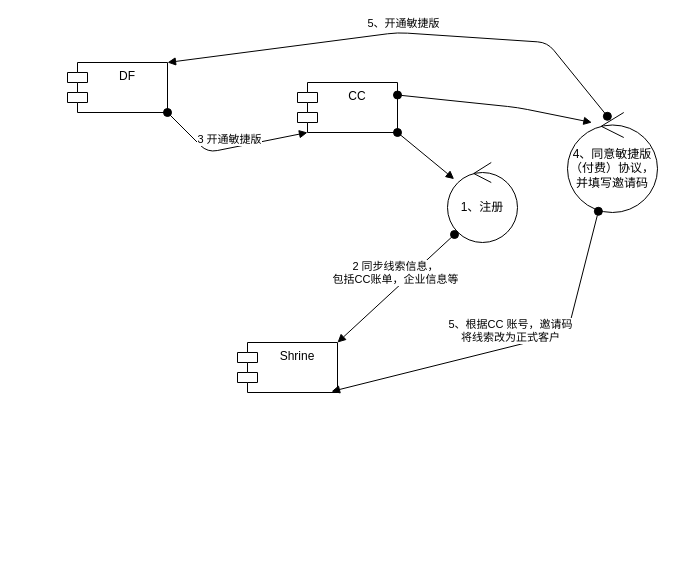
This is page "总体流程" (1 of 2) of shrine-doc/Untitled Diagram.drawio from easefulfil/CLOUDCARE, a draw.io file, before an edit. Source tidied: cells renumbered, new cells numbered last; positions are measured from the earlier drawing's top-left corner, leaving out a move shared by most shapes. Both pictures are drawn from the tidied source at 100%, with x=0, y=0 at pixel (67, 32).
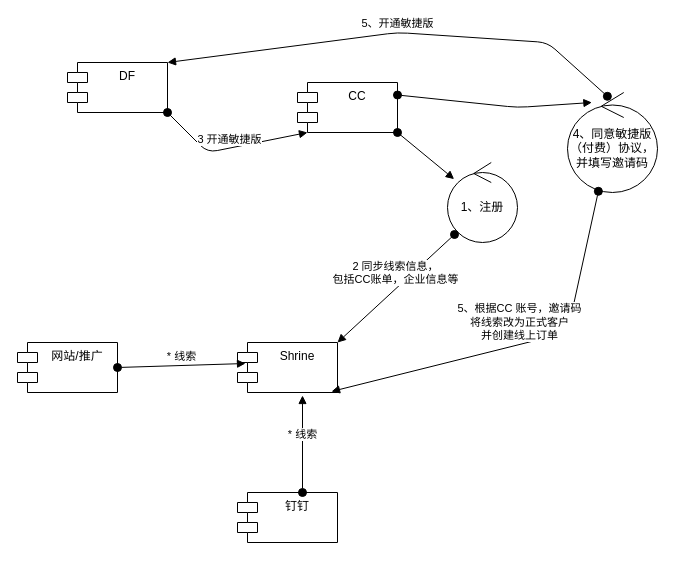
The same diagram, later.

Unchanged cells that the change refers to:
```xml
<mxCell id="4" value="Shrine&#10;" style="shape=module;align=left;spacingLeft=20;align=center;verticalAlign=top;" parent="1" vertex="1">
  <mxGeometry x="170" y="310" width="100" height="50" as="geometry" />
</mxCell>
```

Change to the diagram source:
```diff
@@
     <mxCell id="7" value="4、同意敏捷版（付费）协议，并填写邀请码" style="ellipse;shape=umlControl;whiteSpace=wrap;html=1;" parent="1" vertex="1">
-      <mxGeometry x="500" y="80" width="90" height="100" as="geometry" />
+      <mxGeometry x="500" y="60" width="90" height="100" as="geometry" />
     </mxCell>
@@
-    <mxCell id="9" value="5、根据CC 账号，邀请码&lt;br&gt;将线索改为正式客户" style="html=1;verticalAlign=bottom;startArrow=oval;startFill=1;endArrow=block;startSize=8;exitX=0.343;exitY=0.988;exitDx=0;exitDy=0;exitPerimeter=0;entryX=0.94;entryY=0.98;entryDx=0;entryDy=0;entryPerimeter=0;" parent="1" edge="1" source="7" target="4">
+    <mxCell id="9" value="5、根据CC 账号，邀请码&lt;br&gt;将线索改为正式客户&lt;br&gt;并创建线上订单" style="html=1;verticalAlign=bottom;startArrow=oval;startFill=1;endArrow=block;startSize=8;exitX=0.343;exitY=0.988;exitDx=0;exitDy=0;exitPerimeter=0;entryX=0.94;entryY=0.98;entryDx=0;entryDy=0;entryPerimeter=0;" parent="1" edge="1" source="7" target="4">
       <mxGeometry relative="1" as="geometry">
         <Array as="points">
           <mxPoint x="500" y="300" />
         </Array>
       </mxGeometry>
     </mxCell>
@@
+    <mxCell id="13" value="钉钉" style="shape=module;align=left;spacingLeft=20;align=center;verticalAlign=top;" parent="1" vertex="1">
+      <mxGeometry x="170" y="460" width="100" height="50" as="geometry" />
+    </mxCell>
+    <mxCell id="14" value="* 线索" style="html=1;verticalAlign=bottom;startArrow=oval;startFill=1;endArrow=block;startSize=8;entryX=0.65;entryY=1.06;entryDx=0;entryDy=0;entryPerimeter=0;exitX=0.65;exitY=0;exitDx=0;exitDy=0;exitPerimeter=0;" parent="1" edge="1" source="13" target="4">
+      <mxGeometry relative="1" as="geometry" />
+    </mxCell>
+    <mxCell id="15" value="网站/推广" style="shape=module;align=left;spacingLeft=20;align=center;verticalAlign=top;" parent="1" vertex="1">
+      <mxGeometry x="-50" y="310" width="100" height="50" as="geometry" />
+    </mxCell>
+    <mxCell id="16" value="* 线索" style="html=1;verticalAlign=bottom;startArrow=oval;startFill=1;endArrow=block;startSize=8;entryX=0.08;entryY=0.42;entryDx=0;entryDy=0;entryPerimeter=0;exitX=1;exitY=0.5;exitDx=0;exitDy=0;" parent="1" edge="1" source="15" target="4">
+      <mxGeometry relative="1" as="geometry" />
+    </mxCell>
```
